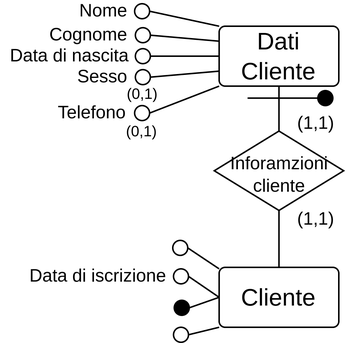
This is relazione/assets/accorpamento.png from bustre/Easy-travel, a draw.io export, as it was before one commit. Source tidied: cells renumbered, new cells last; positions are measured from the earlier drawing's top-left corner, leaving out a move shared by most shapes. Its diagram source:
```xml
<mxGraphModel math="1">
  <root>
    <mxCell id="0" />
    <mxCell id="1" parent="0" />
    <mxCell id="2" style="edgeStyle=orthogonalEdgeStyle;rounded=0;jettySize=auto;html=1;exitX=0.5;exitY=0;exitDx=0;exitDy=0;entryX=0.5;entryY=1;entryDx=0;entryDy=0;endArrow=none;endFill=0;" parent="1" edge="1" source="3" target="32">
      <mxGeometry relative="1" as="geometry" />
    </mxCell>
    <mxCell id="3" value="Cliente" style="rounded=1;arcSize=10;whiteSpace=wrap;align=center;fontSize=16;" parent="1" vertex="1">
      <mxGeometry x="147" y="176" width="80" height="40" as="geometry" />
    </mxCell>
    <mxCell id="4" style="ellipse;whiteSpace=wrap;fontSize=16;fillColor=#000000;" parent="1" vertex="1">
      <mxGeometry x="117" y="198" width="10" height="10" as="geometry" />
    </mxCell>
    <mxCell id="5" style="ellipse;whiteSpace=wrap;fontSize=16;" parent="1" vertex="1">
      <mxGeometry x="116.5" y="216" width="10" height="10" as="geometry" />
    </mxCell>
    <mxCell id="6" style="ellipse;whiteSpace=wrap;fontSize=16;" parent="1" vertex="1">
      <mxGeometry x="116" y="158" width="10" height="10" as="geometry" />
    </mxCell>
    <mxCell id="7" style="endArrow=none;rounded=0;entryX=1;entryY=0.5;entryDx=0;entryDy=0;exitX=0;exitY=0.5;exitDx=0;exitDy=0;" parent="1" edge="1" source="3" target="4">
      <mxGeometry relative="1" as="geometry" />
    </mxCell>
    <mxCell id="8" style="endArrow=none;rounded=0;entryX=1;entryY=0.5;entryDx=0;entryDy=0;exitX=0;exitY=0;exitDx=0;exitDy=0;" parent="1" edge="1" target="6">
      <mxGeometry relative="1" as="geometry">
        <mxPoint x="147" y="177" as="sourcePoint" />
      </mxGeometry>
    </mxCell>
    <mxCell id="9" style="endArrow=none;rounded=0;entryX=1;entryY=0.5;entryDx=0;entryDy=0;exitX=0;exitY=1;exitDx=0;exitDy=0;" parent="1" edge="1" source="3" target="5">
      <mxGeometry relative="1" as="geometry" />
    </mxCell>
    <mxCell id="10" style="ellipse;whiteSpace=wrap;fillColor=none;" parent="1" vertex="1">
      <mxGeometry x="90.5" width="10" height="10" as="geometry" />
    </mxCell>
    <mxCell id="11" value="Nome" style="text;strokeColor=none;fillColor=none;align=right;verticalAlign=middle;whiteSpace=wrap;rounded=0;" parent="1" vertex="1">
      <mxGeometry x="27.5" width="60" height="10" as="geometry" />
    </mxCell>
    <mxCell id="12" style="ellipse;whiteSpace=wrap;fillColor=none;" parent="1" vertex="1">
      <mxGeometry x="91" y="16" width="10" height="10" as="geometry" />
    </mxCell>
    <mxCell id="13" value="Cognome" style="text;strokeColor=none;fillColor=none;align=right;verticalAlign=middle;whiteSpace=wrap;rounded=0;" parent="1" vertex="1">
      <mxGeometry x="28" y="16" width="60" height="10" as="geometry" />
    </mxCell>
    <mxCell id="14" style="ellipse;whiteSpace=wrap;fillColor=none;" parent="1" vertex="1">
      <mxGeometry x="116.5" y="177" width="10" height="10" as="geometry" />
    </mxCell>
    <mxCell id="15" value="Data di iscrizione" style="text;strokeColor=none;fillColor=none;align=right;verticalAlign=middle;whiteSpace=wrap;rounded=0;" parent="1" vertex="1">
      <mxGeometry x="10.5" y="177" width="103" height="10" as="geometry" />
    </mxCell>
    <mxCell id="16" style="ellipse;whiteSpace=wrap;fillColor=none;" parent="1" vertex="1">
      <mxGeometry x="90.5" y="68" width="10" height="10" as="geometry" />
    </mxCell>
    <mxCell id="17" style="endArrow=none;rounded=0;entryX=1;entryY=0.5;entryDx=0;entryDy=0;exitX=0;exitY=0.5;exitDx=0;exitDy=0;" parent="1" edge="1" source="3" target="14">
      <mxGeometry relative="1" as="geometry" />
    </mxCell>
    <mxCell id="18" value="Telefono" style="text;strokeColor=none;fillColor=none;align=right;verticalAlign=middle;whiteSpace=wrap;rounded=0;" parent="1" vertex="1">
      <mxGeometry x="27" y="68" width="60" height="10" as="geometry" />
    </mxCell>
    <mxCell id="19" style="endArrow=none;rounded=0;exitX=1;exitY=0.5;exitDx=0;exitDy=0;entryX=0;entryY=0;entryDx=0;entryDy=0;" parent="1" edge="1" source="10" target="30">
      <mxGeometry relative="1" as="geometry" />
    </mxCell>
    <mxCell id="20" style="endArrow=none;rounded=0;exitX=1;exitY=0.5;exitDx=0;exitDy=0;entryX=0;entryY=0.25;entryDx=0;entryDy=0;" parent="1" edge="1" source="12" target="30">
      <mxGeometry relative="1" as="geometry" />
    </mxCell>
    <mxCell id="21" style="endArrow=none;rounded=0;exitX=1;exitY=0.5;exitDx=0;exitDy=0;entryX=0;entryY=1;entryDx=0;entryDy=0;" parent="1" edge="1" source="16" target="30">
      <mxGeometry relative="1" as="geometry" />
    </mxCell>
    <mxCell id="22" value="(0,1)" style="text;strokeColor=none;fillColor=none;align=center;verticalAlign=middle;whiteSpace=wrap;rounded=0;fontSize=10;" parent="1" vertex="1">
      <mxGeometry x="82.1" y="78" width="26.8" height="14" as="geometry" />
    </mxCell>
    <mxCell id="23" style="ellipse;whiteSpace=wrap;fillColor=none;" parent="1" vertex="1">
      <mxGeometry x="91" y="30" width="10" height="10" as="geometry" />
    </mxCell>
    <mxCell id="24" value="Data di nascita" style="text;strokeColor=none;fillColor=none;align=right;verticalAlign=middle;whiteSpace=wrap;rounded=0;" parent="1" vertex="1">
      <mxGeometry x="0.5" y="30" width="87.5" height="10" as="geometry" />
    </mxCell>
    <mxCell id="25" style="endArrow=none;rounded=0;exitX=1;exitY=0.5;exitDx=0;exitDy=0;entryX=0;entryY=0.5;entryDx=0;entryDy=0;" parent="1" edge="1" source="23" target="30">
      <mxGeometry relative="1" as="geometry" />
    </mxCell>
    <mxCell id="26" style="ellipse;whiteSpace=wrap;fillColor=none;" parent="1" vertex="1">
      <mxGeometry x="91" y="44" width="10" height="10" as="geometry" />
    </mxCell>
    <mxCell id="27" value="Sesso" style="text;strokeColor=none;fillColor=none;align=right;verticalAlign=middle;whiteSpace=wrap;rounded=0;" parent="1" vertex="1">
      <mxGeometry x="28" y="44" width="60" height="10" as="geometry" />
    </mxCell>
    <mxCell id="28" style="endArrow=none;rounded=0;exitX=1;exitY=0.5;exitDx=0;exitDy=0;entryX=0;entryY=0.75;entryDx=0;entryDy=0;" parent="1" edge="1" source="26" target="30">
      <mxGeometry relative="1" as="geometry" />
    </mxCell>
    <mxCell id="29" value="(0,1)" style="text;strokeColor=none;fillColor=none;align=center;verticalAlign=middle;whiteSpace=wrap;rounded=0;fontSize=10;" parent="1" vertex="1">
      <mxGeometry x="79.1" y="53.5" width="33.8" height="13" as="geometry" />
    </mxCell>
    <mxCell id="30" value="Dati Cliente" style="rounded=1;arcSize=10;whiteSpace=wrap;align=center;fontSize=16;" parent="1" vertex="1">
      <mxGeometry x="147" y="15" width="80" height="40" as="geometry" />
    </mxCell>
    <mxCell id="31" style="edgeStyle=orthogonalEdgeStyle;rounded=0;jettySize=auto;html=1;exitX=0.5;exitY=0;exitDx=0;exitDy=0;entryX=0.5;entryY=1;entryDx=0;entryDy=0;endArrow=none;endFill=0;" parent="1" edge="1" source="32" target="30">
      <mxGeometry relative="1" as="geometry" />
    </mxCell>
    <mxCell id="32" value="Inforamzioni&#10;cliente" style="shape=rhombus;perimeter=rhombusPerimeter;whiteSpace=wrap;align=center;fontSize=12;spacingTop=5;spacing=2;" parent="1" vertex="1">
      <mxGeometry x="143.8" y="85" width="86.5" height="53" as="geometry" />
    </mxCell>
    <mxCell id="33" value="(1,1)" style="text;strokeColor=none;fillColor=none;align=center;verticalAlign=middle;whiteSpace=wrap;rounded=0;" parent="1" vertex="1">
      <mxGeometry x="182" y="129" width="60" height="30" as="geometry" />
    </mxCell>
    <mxCell id="34" value="(1,1)" style="text;strokeColor=none;fillColor=none;align=center;verticalAlign=middle;whiteSpace=wrap;rounded=0;" parent="1" vertex="1">
      <mxGeometry x="182" y="65" width="60" height="30" as="geometry" />
    </mxCell>
    <mxCell id="35" style="edgeStyle=orthogonalEdgeStyle;rounded=0;jettySize=auto;html=1;exitX=0;exitY=0.5;exitDx=0;exitDy=0;endArrow=none;endFill=0;" parent="1" edge="1" source="36">
      <mxGeometry relative="1" as="geometry">
        <mxPoint x="166" y="63" as="targetPoint" />
      </mxGeometry>
    </mxCell>
    <mxCell id="36" style="ellipse;whiteSpace=wrap;fillColor=#000000;" parent="1" vertex="1">
      <mxGeometry x="213" y="58" width="10" height="10" as="geometry" />
    </mxCell>
  </root>
</mxGraphModel>
```
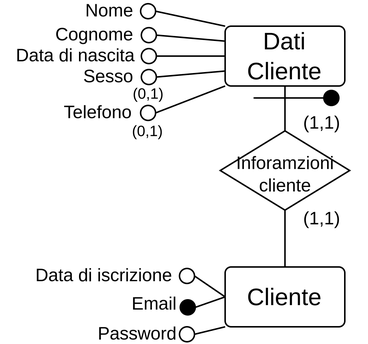
Later version of the same file.

Change to the diagram source:
```diff
@@ -11,21 +11,19 @@
     <mxCell id="4" style="ellipse;whiteSpace=wrap;fontSize=16;fillColor=#000000;" parent="1" vertex="1">
       <mxGeometry x="117" y="198" width="10" height="10" as="geometry" />
     </mxCell>
-    <mxCell id="5" style="ellipse;whiteSpace=wrap;fontSize=16;" parent="1" vertex="1">
-      <mxGeometry x="116.5" y="216" width="10" height="10" as="geometry" />
+    <mxCell id="5" value="Email" style="text;strokeColor=none;fillColor=none;align=right;verticalAlign=middle;whiteSpace=wrap;rounded=0;fontSize=12;" parent="1" vertex="1">
+      <mxGeometry x="-3" y="196" width="120" height="10" as="geometry" />
     </mxCell>
     <mxCell id="6" style="ellipse;whiteSpace=wrap;fontSize=16;" parent="1" vertex="1">
-      <mxGeometry x="116" y="158" width="10" height="10" as="geometry" />
+      <mxGeometry x="116.5" y="216" width="10" height="10" as="geometry" />
     </mxCell>
-    <mxCell id="7" style="endArrow=none;rounded=0;entryX=1;entryY=0.5;entryDx=0;entryDy=0;exitX=0;exitY=0.5;exitDx=0;exitDy=0;" parent="1" edge="1" source="3" target="4">
-      <mxGeometry relative="1" as="geometry" />
+    <mxCell id="7" value="Password" style="text;strokeColor=none;fillColor=none;align=right;verticalAlign=middle;whiteSpace=wrap;rounded=0;fontSize=12;" parent="1" vertex="1">
+      <mxGeometry x="-3.5" y="216" width="120" height="10" as="geometry" />
     </mxCell>
-    <mxCell id="8" style="endArrow=none;rounded=0;entryX=1;entryY=0.5;entryDx=0;entryDy=0;exitX=0;exitY=0;exitDx=0;exitDy=0;" parent="1" edge="1" target="6">
-      <mxGeometry relative="1" as="geometry">
-        <mxPoint x="147" y="177" as="sourcePoint" />
-      </mxGeometry>
+    <mxCell id="8" style="endArrow=none;rounded=0;entryX=1;entryY=0.5;entryDx=0;entryDy=0;exitX=0;exitY=0.5;exitDx=0;exitDy=0;" parent="1" edge="1" source="3" target="4">
+      <mxGeometry relative="1" as="geometry" />
     </mxCell>
-    <mxCell id="9" style="endArrow=none;rounded=0;entryX=1;entryY=0.5;entryDx=0;entryDy=0;exitX=0;exitY=1;exitDx=0;exitDy=0;" parent="1" edge="1" source="3" target="5">
+    <mxCell id="9" style="endArrow=none;rounded=0;entryX=1;entryY=0.5;entryDx=0;entryDy=0;exitX=0;exitY=1;exitDx=0;exitDy=0;" parent="1" edge="1" source="3" target="6">
       <mxGeometry relative="1" as="geometry" />
     </mxCell>
     <mxCell id="10" style="ellipse;whiteSpace=wrap;fillColor=none;" parent="1" vertex="1">
```
